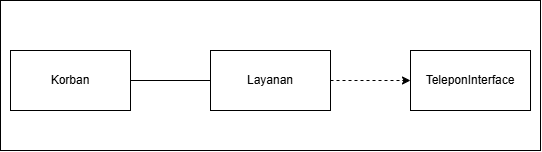
Above: docs/M4/assets/diagram/diagram-kelas-uc04.png in chrishengun123/IF2150-RPL-K02-G10 (draw.io), before the change. Source tidied: cells renumbered, new cells last; positions are measured from the earlier drawing's top-left corner, leaving out a move shared by most shapes.
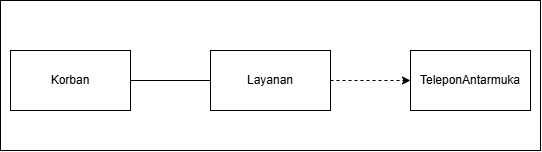
Above is the later version.

Commit message:
fix: update UC04 class diagram

What changed in the source:
```diff
@@ -14,7 +14,7 @@
     <mxCell id="5" value="Layanan" style="rounded=0;whiteSpace=wrap;html=1;" parent="1" vertex="1">
       <mxGeometry x="210" y="50" width="120" height="60" as="geometry" />
     </mxCell>
-    <mxCell id="6" value="TeleponInterface" style="rounded=0;whiteSpace=wrap;html=1;" parent="1" vertex="1">
+    <mxCell id="6" value="TeleponAntarmuka" style="rounded=0;whiteSpace=wrap;html=1;" parent="1" vertex="1">
       <mxGeometry x="410" y="50" width="120" height="60" as="geometry" />
     </mxCell>
     <mxCell id="7" style="endArrow=none;html=1;rounded=0;exitX=1;exitY=0.5;exitDx=0;exitDy=0;entryX=0;entryY=0.5;entryDx=0;entryDy=0;" parent="1" edge="1" source="3" target="5">
```
